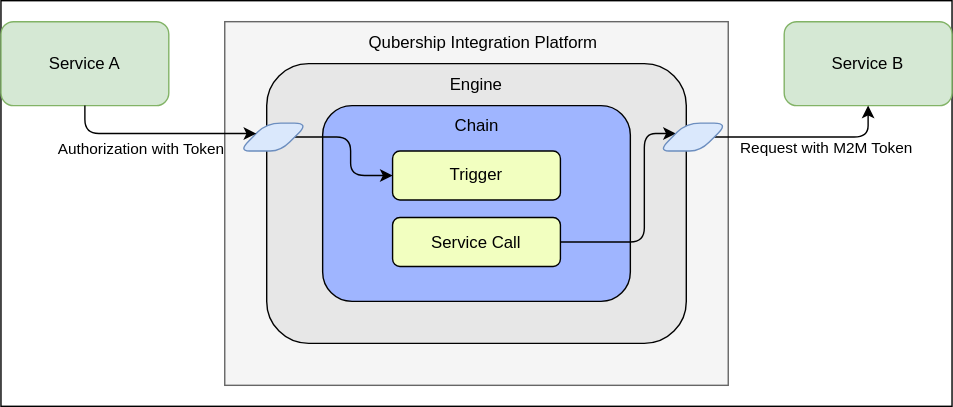
This is help/docs/00__Overview/1__Token_Processing/img/Token_Processing_1.svg from Netcracker/qubership-integration-platform, a draw.io export, as it was before one commit. Source tidied: cells renumbered, new cells last; positions are measured from the earlier drawing's top-left corner, leaving out a move shared by most shapes. The source it was exported from:
```xml
<mxGraphModel background="#FFFFFF">
  <root>
    <mxCell id="0" />
    <mxCell id="1" parent="0" />
    <mxCell id="2" style="edgeStyle=orthogonalEdgeStyle;rounded=1;jettySize=auto;html=1;entryX=0;entryY=0.5;entryDx=0;entryDy=0;curved=0;strokeColor=#000000;" parent="1" edge="1" source="16" target="12">
      <mxGeometry relative="1" as="geometry" />
    </mxCell>
    <mxCell id="3" style="rounded=0;whiteSpace=wrap;html=1;fillColor=#FFFFFF;" parent="1" vertex="1">
      <mxGeometry width="680" height="290" as="geometry" />
    </mxCell>
    <mxCell id="4" value="Service A" style="rounded=1;whiteSpace=wrap;html=1;fillColor=#d5e8d4;strokeColor=#82b366;gradientColor=none;fontColor=#000000;" parent="1" vertex="1">
      <mxGeometry y="15" width="120" height="60" as="geometry" />
    </mxCell>
    <mxCell id="5" value="Service B" style="rounded=1;whiteSpace=wrap;html=1;fillColor=#d5e8d4;strokeColor=#82b366;gradientColor=none;fontColor=#000000;" parent="1" vertex="1">
      <mxGeometry x="560" y="15" width="120" height="60" as="geometry" />
    </mxCell>
    <mxCell id="6" style="rounded=0;whiteSpace=wrap;html=1;fillStyle=auto;gradientColor=none;fillColor=#f5f5f5;strokeColor=#666666;" parent="1" vertex="1">
      <mxGeometry x="160" y="15" width="360" height="260" as="geometry" />
    </mxCell>
    <mxCell id="7" value="Qubership Integration Platform" style="text;html=1;whiteSpace=wrap;strokeColor=none;fillColor=none;align=center;verticalAlign=middle;rounded=0;fontColor=#000000;" parent="1" vertex="1">
      <mxGeometry x="245" y="15" width="200" height="30" as="geometry" />
    </mxCell>
    <mxCell id="8" style="rounded=1;whiteSpace=wrap;html=1;fillColor=#E7E7E7;" parent="1" vertex="1">
      <mxGeometry x="190" y="45" width="300" height="200" as="geometry" />
    </mxCell>
    <mxCell id="9" value="Engine" style="text;html=1;whiteSpace=wrap;strokeColor=none;fillColor=none;align=center;verticalAlign=middle;rounded=0;fontColor=#000000;" parent="1" vertex="1">
      <mxGeometry x="310" y="45" width="60" height="30" as="geometry" />
    </mxCell>
    <mxCell id="10" style="rounded=1;whiteSpace=wrap;html=1;fillColor=#9FB5FF;" parent="1" vertex="1">
      <mxGeometry x="230" y="75" width="220" height="140" as="geometry" />
    </mxCell>
    <mxCell id="11" value="Chain" style="text;html=1;whiteSpace=wrap;strokeColor=none;fillColor=none;align=center;verticalAlign=middle;rounded=0;fontColor=#000000;" parent="1" vertex="1">
      <mxGeometry x="297.5" y="75" width="85" height="30" as="geometry" />
    </mxCell>
    <mxCell id="12" value="Trigger" style="rounded=1;whiteSpace=wrap;html=1;fillColor=#F2FFC0;fontColor=#000000;" parent="1" vertex="1">
      <mxGeometry x="280" y="107.5" width="120" height="35" as="geometry" />
    </mxCell>
    <mxCell id="13" style="edgeStyle=orthogonalEdgeStyle;rounded=1;jettySize=auto;html=1;entryX=0;entryY=0.25;entryDx=0;entryDy=0;curved=0;strokeColor=#000000;" parent="1" edge="1" source="14" target="19">
      <mxGeometry relative="1" as="geometry">
        <Array as="points">
          <mxPoint x="460" y="173" />
          <mxPoint x="460" y="95" />
        </Array>
      </mxGeometry>
    </mxCell>
    <mxCell id="14" value="Service Call" style="rounded=1;whiteSpace=wrap;html=1;fillColor=#F2FFC0;fontColor=#000000;" parent="1" vertex="1">
      <mxGeometry x="280" y="155" width="120" height="35" as="geometry" />
    </mxCell>
    <mxCell id="15" style="edgeStyle=orthogonalEdgeStyle;rounded=1;jettySize=auto;html=1;exitX=1;exitY=0.5;exitDx=0;exitDy=0;entryX=0;entryY=0.5;entryDx=0;entryDy=0;curved=0;strokeColor=#000000;" parent="1" edge="1" source="16" target="12">
      <mxGeometry relative="1" as="geometry" />
    </mxCell>
    <mxCell id="16" style="shape=parallelogram;perimeter=parallelogramPerimeter;whiteSpace=wrap;html=1;fixedSize=1;rounded=1;fillColor=#dae8fc;gradientColor=none;strokeColor=#6c8ebf;" parent="1" vertex="1">
      <mxGeometry x="170" y="87.5" width="50" height="20" as="geometry" />
    </mxCell>
    <mxCell id="17" style="edgeStyle=orthogonalEdgeStyle;rounded=1;jettySize=auto;html=1;entryX=0.5;entryY=1;entryDx=0;entryDy=0;curved=0;strokeColor=#000000;" parent="1" edge="1" source="19" target="5">
      <mxGeometry relative="1" as="geometry" />
    </mxCell>
    <mxCell id="18" value="Request with M2M Token" style="edgeLabel;html=1;align=center;verticalAlign=middle;labelBackgroundColor=#FFFFFF;fontColor=#000000;whiteSpace=wrap;spacing=2;convertToSvg=1;" parent="17" vertex="1">
      <mxGeometry relative="1" as="geometry">
        <mxPoint x="14" y="7" as="offset" />
      </mxGeometry>
    </mxCell>
    <mxCell id="19" style="shape=parallelogram;perimeter=parallelogramPerimeter;whiteSpace=wrap;html=1;fixedSize=1;rounded=1;fillColor=#dae8fc;gradientColor=none;strokeColor=#6c8ebf;" parent="1" vertex="1">
      <mxGeometry x="470" y="87.5" width="50" height="20" as="geometry" />
    </mxCell>
    <mxCell id="20" style="edgeStyle=orthogonalEdgeStyle;rounded=1;jettySize=auto;html=1;exitX=0.5;exitY=1;exitDx=0;exitDy=0;strokeColor=#000000;curved=0;entryX=0;entryY=0.25;entryDx=0;entryDy=0;" parent="1" edge="1" source="4" target="16">
      <mxGeometry relative="1" as="geometry">
        <Array as="points">
          <mxPoint x="60" y="95" />
        </Array>
      </mxGeometry>
    </mxCell>
    <mxCell id="21" value="Authorization with Token" style="edgeLabel;html=1;align=center;verticalAlign=middle;fontColor=#000000;labelBackgroundColor=#FFFFFF;whiteSpace=wrap;convertToSvg=1;" parent="20" vertex="1">
      <mxGeometry relative="1" as="geometry">
        <mxPoint x="-11" y="10" as="offset" />
      </mxGeometry>
    </mxCell>
  </root>
</mxGraphModel>
```
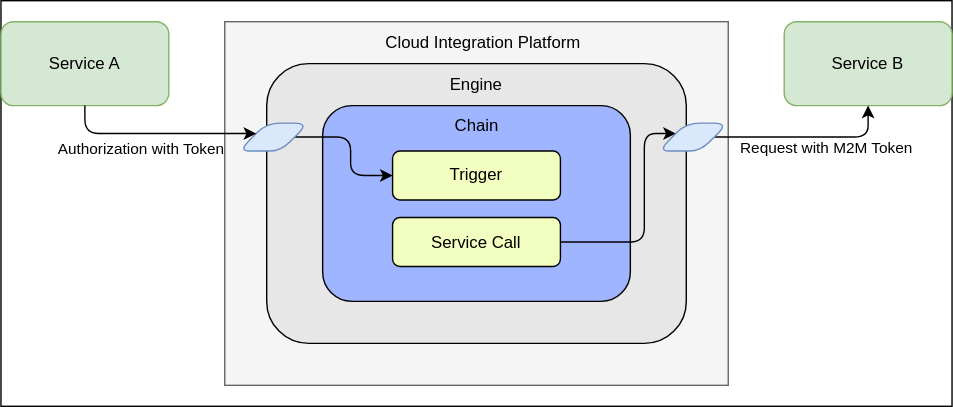
Later version of the same file.

The edit, as a diff of the source:
```diff
@@ -17,7 +17,7 @@
     <mxCell id="6" style="rounded=0;whiteSpace=wrap;html=1;fillStyle=auto;gradientColor=none;fillColor=#f5f5f5;strokeColor=#666666;" parent="1" vertex="1">
       <mxGeometry x="160" y="15" width="360" height="260" as="geometry" />
     </mxCell>
-    <mxCell id="7" value="Qubership Integration Platform" style="text;html=1;whiteSpace=wrap;strokeColor=none;fillColor=none;align=center;verticalAlign=middle;rounded=0;fontColor=#000000;" parent="1" vertex="1">
+    <mxCell id="7" value="Cloud Integration Platform" style="text;html=1;whiteSpace=wrap;strokeColor=none;fillColor=none;align=center;verticalAlign=middle;rounded=0;fontColor=#000000;" parent="1" vertex="1">
       <mxGeometry x="245" y="15" width="200" height="30" as="geometry" />
     </mxCell>
     <mxCell id="8" style="rounded=1;whiteSpace=wrap;html=1;fillColor=#E7E7E7;" parent="1" vertex="1">
```
